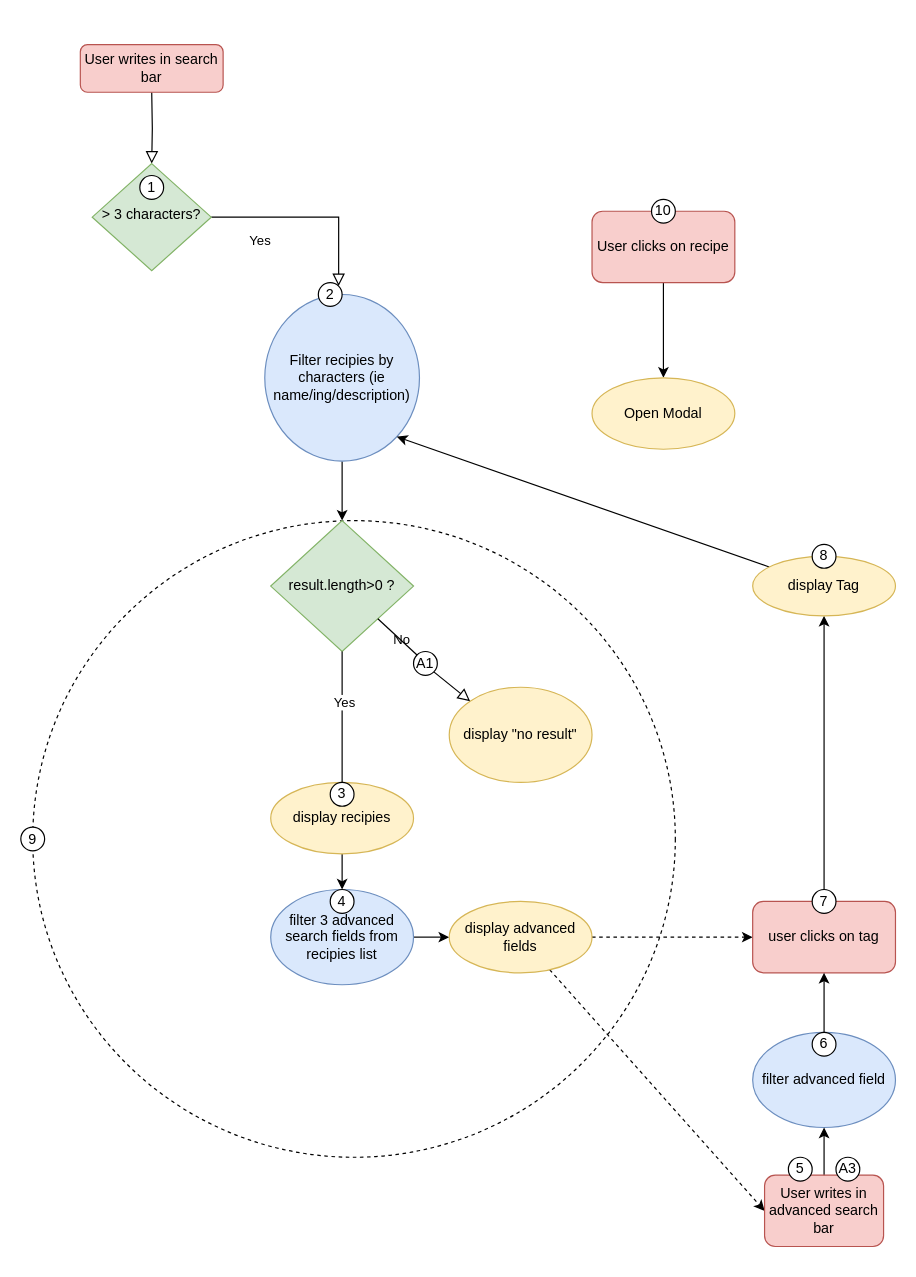
The draw.io diagram docs de cours/algorigramme.drawio in MarionDoubeck/MarionDoubeck_7_08122021, before the edit. Source tidied: cells renumbered, new cells numbered last; positions are measured from the earlier drawing's top-left corner, leaving out a move shared by most shapes. Both pictures are drawn from the tidied source at 119%, with x=0, y=0 at pixel (20, 44).
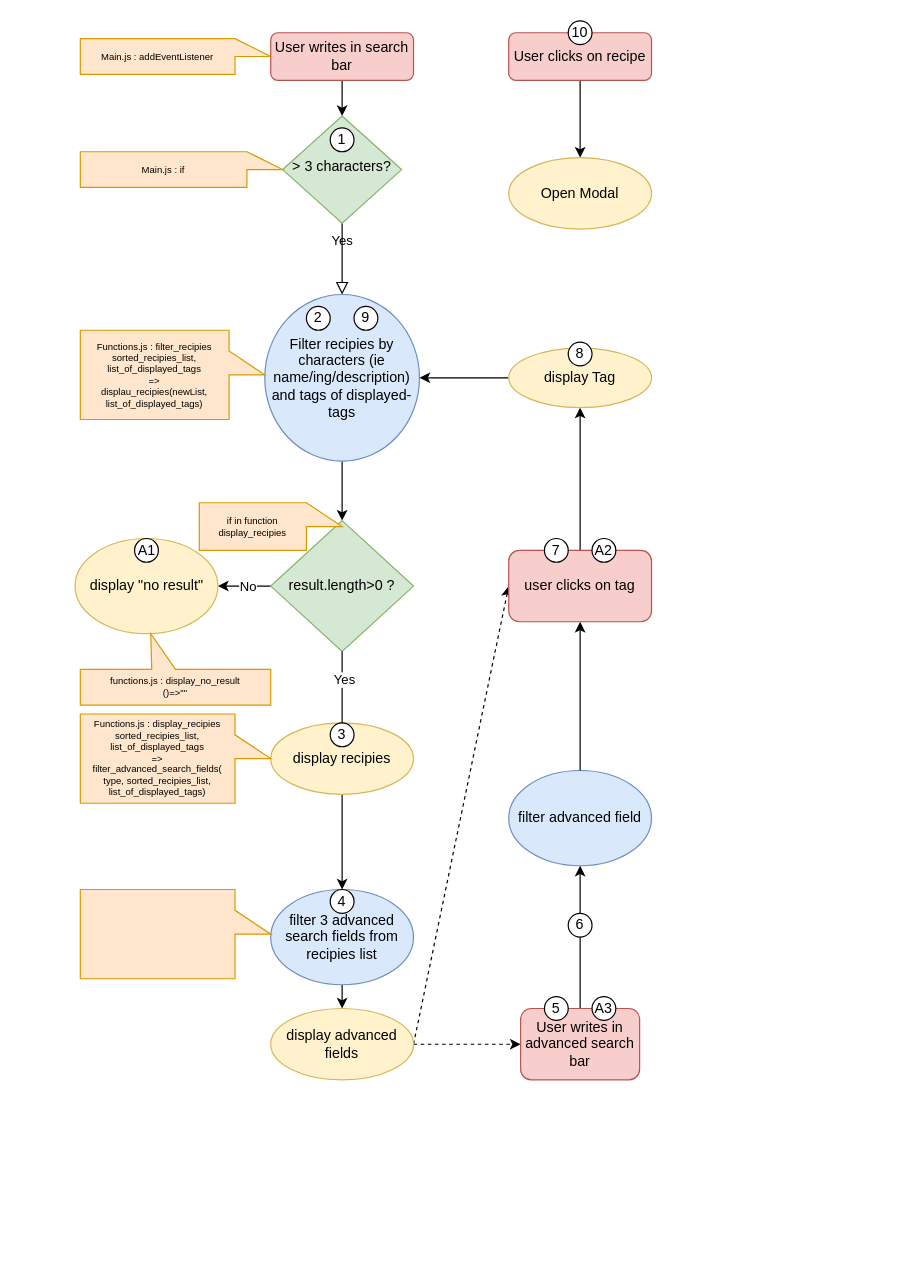
The same diagram, later.

The change refers to these unchanged cells:
```xml
<mxCell id="10" value="result.length&amp;gt;0 ?" style="rhombus;whiteSpace=wrap;html=1;fillColor=#d5e8d4;strokeColor=#82b366;" parent="1" vertex="1">
  <mxGeometry x="210" y="400" width="120" height="110" as="geometry" />
</mxCell>
```

What changed in the source:
```diff
@@
     <mxCell id="2" value="filter advanced field" style="ellipse;whiteSpace=wrap;html=1;fillColor=#dae8fc;strokeColor=#6c8ebf;" parent="1" vertex="1">
-      <mxGeometry x="615" y="830" width="120" height="80" as="geometry" />
+      <mxGeometry x="410" y="610" width="120" height="80" as="geometry" />
     </mxCell>
-    <mxCell id="3" style="ellipse;whiteSpace=wrap;html=1;dashed=1;" parent="1" vertex="1">
-      <mxGeometry x="10" y="400" width="540" height="535" as="geometry" />
-    </mxCell>
-    <mxCell id="4" style="rounded=0;html=1;jettySize=auto;fontSize=11;endArrow=block;endFill=0;endSize=8;strokeWidth=1;shadow=0;labelBackgroundColor=none;edgeStyle=orthogonalEdgeStyle;" parent="1" edge="1" target="7">
-      <mxGeometry relative="1" as="geometry">
-        <mxPoint x="110" y="40" as="sourcePoint" />
-      </mxGeometry>
-    </mxCell>
+    <mxCell id="45" style="edgeStyle=orthogonalEdgeStyle;rounded=0;jettySize=auto;html=1;" parent="1" edge="1" source="5" target="7">
+      <mxGeometry relative="1" as="geometry" />
+    </mxCell>
     <mxCell id="5" value="User writes in search bar" style="rounded=1;whiteSpace=wrap;html=1;fontSize=12;glass=0;strokeWidth=1;shadow=0;fillColor=#f8cecc;strokeColor=#b85450;" parent="1" vertex="1">
-      <mxGeometry x="50" width="120" height="40" as="geometry" />
+      <mxGeometry x="210" y="-10" width="120" height="40" as="geometry" />
     </mxCell>
-    <mxCell id="6" value="Yes" style="rounded=0;html=1;jettySize=auto;fontSize=11;endArrow=block;endFill=0;endSize=8;strokeWidth=1;shadow=0;labelBackgroundColor=none;edgeStyle=orthogonalEdgeStyle;entryX=1;entryY=0;entryDx=0;entryDy=0;" parent="1" edge="1" source="7" target="27">
-      <mxGeometry x="-0.5" y="-20" relative="1" as="geometry" />
+    <mxCell id="6" value="Yes" style="rounded=0;html=1;jettySize=auto;fontSize=11;endArrow=block;endFill=0;endSize=8;strokeWidth=1;shadow=0;labelBackgroundColor=none;edgeStyle=orthogonalEdgeStyle;entryX=0.5;entryY=0;entryDx=0;entryDy=0;entryPerimeter=0;" parent="1" edge="1" source="7" target="9">
+      <mxGeometry x="-0.5" relative="1" as="geometry" />
     </mxCell>
     <mxCell id="7" value="&amp;gt; 3 characters?" style="rhombus;whiteSpace=wrap;html=1;shadow=0;fontFamily=Helvetica;fontSize=12;align=center;strokeWidth=1;spacing=6;spacingTop=-4;fillColor=#d5e8d4;strokeColor=#82b366;" parent="1" vertex="1">
-      <mxGeometry x="60" y="100" width="100" height="90" as="geometry" />
+      <mxGeometry x="220" y="60" width="100" height="90" as="geometry" />
     </mxCell>
@@
-    <mxCell id="9" value="Filter recipies by characters (ie name/ing/description)" style="ellipse;whiteSpace=wrap;html=1;fillColor=#dae8fc;strokeColor=#6c8ebf;" parent="1" vertex="1">
+    <mxCell id="9" value="Filter recipies by characters (ie name/ing/description)&lt;br&gt;and tags of displayed-tags" style="ellipse;whiteSpace=wrap;html=1;fillColor=#dae8fc;strokeColor=#6c8ebf;" parent="1" vertex="1">
       <mxGeometry x="205" y="210" width="130" height="140" as="geometry" />
     </mxCell>
+    <mxCell id="46" style="edgeStyle=orthogonalEdgeStyle;rounded=0;jettySize=auto;html=1;strokeColor=default;" parent="1" edge="1" source="10" target="11">
+      <mxGeometry relative="1" as="geometry" />
+    </mxCell>
+    <mxCell id="14" value="No" style="edgeLabel;html=1;align=center;verticalAlign=middle;" parent="46" vertex="1">
+      <mxGeometry x="-0.11" relative="1" as="geometry" />
+    </mxCell>
@@
     <mxCell id="11" value="display &quot;no result&quot;" style="ellipse;whiteSpace=wrap;html=1;fillColor=#fff2cc;strokeColor=#d6b656;" parent="1" vertex="1">
-      <mxGeometry x="360" y="540" width="120" height="80" as="geometry" />
+      <mxGeometry x="45.6" y="415" width="120" height="80" as="geometry" />
     </mxCell>
@@
     <mxCell id="13" value="display recipies" style="ellipse;whiteSpace=wrap;html=1;fillColor=#fff2cc;strokeColor=#d6b656;" parent="1" vertex="1">
-      <mxGeometry x="210" y="620" width="120" height="60" as="geometry" />
+      <mxGeometry x="210" y="570" width="120" height="60" as="geometry" />
     </mxCell>
-    <mxCell id="14" value="No" style="rounded=0;html=1;jettySize=auto;fontSize=11;endArrow=block;endFill=0;endSize=8;strokeWidth=1;shadow=0;labelBackgroundColor=none;exitX=1;exitY=1;exitDx=0;exitDy=0;entryX=0;entryY=0;entryDx=0;entryDy=0;startArrow=none;" parent="1" edge="1" source="43" target="11">
-      <mxGeometry x="-1" y="38" relative="1" as="geometry">
-        <mxPoint x="-51" y="2" as="offset" />
-      </mxGeometry>
-    </mxCell>
@@
-    <mxCell id="17" style="edgeStyle=none;rounded=0;jettySize=auto;html=1;dashed=1;" parent="1" edge="1" source="19" target="23">
+    <mxCell id="17" style="edgeStyle=none;rounded=0;jettySize=auto;html=1;dashed=1;entryX=0;entryY=0.5;entryDx=0;entryDy=0;exitX=1;exitY=0.5;exitDx=0;exitDy=0;" parent="1" edge="1" source="19" target="23">
       <mxGeometry relative="1" as="geometry" />
     </mxCell>
-    <mxCell id="18" style="rounded=0;jettySize=auto;html=1;entryX=0;entryY=0.5;entryDx=0;entryDy=0;dashed=1;" parent="1" edge="1" source="19" target="21">
-      <mxGeometry relative="1" as="geometry" />
+    <mxCell id="18" style="rounded=0;jettySize=auto;html=1;entryX=0;entryY=0.5;entryDx=0;entryDy=0;dashed=1;" parent="1" edge="1" target="21">
+      <mxGeometry relative="1" as="geometry">
+        <mxPoint x="330" y="840" as="sourcePoint" />
+      </mxGeometry>
     </mxCell>
     <mxCell id="19" value="display advanced fields" style="ellipse;whiteSpace=wrap;html=1;fillColor=#fff2cc;strokeColor=#d6b656;" parent="1" vertex="1">
-      <mxGeometry x="360" y="720" width="120" height="60" as="geometry" />
+      <mxGeometry x="210" y="810" width="120" height="60" as="geometry" />
     </mxCell>
@@
     <mxCell id="21" value="User writes in advanced search bar" style="rounded=1;whiteSpace=wrap;html=1;fillColor=#f8cecc;strokeColor=#b85450;" parent="1" vertex="1">
-      <mxGeometry x="625" y="950" width="100" height="60" as="geometry" />
+      <mxGeometry x="420" y="810" width="100" height="60" as="geometry" />
     </mxCell>
@@
     <mxCell id="23" value="user clicks on tag" style="rounded=1;whiteSpace=wrap;html=1;fillColor=#f8cecc;strokeColor=#b85450;" parent="1" vertex="1">
-      <mxGeometry x="615" y="720" width="120" height="60" as="geometry" />
+      <mxGeometry x="410" y="425" width="120" height="60" as="geometry" />
     </mxCell>
@@
     <mxCell id="25" value="User clicks on recipe" style="rounded=1;whiteSpace=wrap;html=1;fillColor=#f8cecc;strokeColor=#b85450;" parent="1" vertex="1">
-      <mxGeometry x="480" y="140" width="120" height="60" as="geometry" />
+      <mxGeometry x="410" y="-10" width="120" height="40" as="geometry" />
     </mxCell>
     <mxCell id="26" value="Open Modal" style="ellipse;whiteSpace=wrap;html=1;rounded=1;fillColor=#fff2cc;strokeColor=#d6b656;" parent="1" vertex="1">
-      <mxGeometry x="480" y="280" width="120" height="60" as="geometry" />
+      <mxGeometry x="410" y="95" width="120" height="60" as="geometry" />
     </mxCell>
     <mxCell id="27" value="2" style="ellipse;whiteSpace=wrap;html=1;" parent="1" vertex="1">
-      <mxGeometry x="250" y="200" width="20" height="20" as="geometry" />
+      <mxGeometry x="240" y="220" width="20" height="20" as="geometry" />
     </mxCell>
     <mxCell id="28" value="1" style="ellipse;whiteSpace=wrap;html=1;" parent="1" vertex="1">
-      <mxGeometry x="100" y="110" width="20" height="20" as="geometry" />
+      <mxGeometry x="260" y="70" width="20" height="20" as="geometry" />
     </mxCell>
@@
     <mxCell id="30" value="5" style="ellipse;whiteSpace=wrap;html=1;" parent="1" vertex="1">
-      <mxGeometry x="645" y="935" width="20" height="20" as="geometry" />
+      <mxGeometry x="440" y="800" width="20" height="20" as="geometry" />
     </mxCell>
     <mxCell id="31" value="6" style="ellipse;whiteSpace=wrap;html=1;" parent="1" vertex="1">
-      <mxGeometry x="665" y="830" width="20" height="20" as="geometry" />
+      <mxGeometry x="460" y="730" width="20" height="20" as="geometry" />
     </mxCell>
     <mxCell id="32" value="7" style="ellipse;whiteSpace=wrap;html=1;" parent="1" vertex="1">
-      <mxGeometry x="665" y="710" width="20" height="20" as="geometry" />
+      <mxGeometry x="440" y="415" width="20" height="20" as="geometry" />
     </mxCell>
     <mxCell id="33" value="9" style="ellipse;whiteSpace=wrap;html=1;" parent="1" vertex="1">
-      <mxGeometry y="657.5" width="20" height="20" as="geometry" />
+      <mxGeometry x="280" y="220" width="20" height="20" as="geometry" />
     </mxCell>
     <mxCell id="34" value="10" style="ellipse;whiteSpace=wrap;html=1;" parent="1" vertex="1">
-      <mxGeometry x="530" y="130" width="20" height="20" as="geometry" />
+      <mxGeometry x="460" y="-20" width="20" height="20" as="geometry" />
     </mxCell>
     <mxCell id="35" value="A3" style="ellipse;whiteSpace=wrap;html=1;" parent="1" vertex="1">
-      <mxGeometry x="685" y="935" width="20" height="20" as="geometry" />
+      <mxGeometry x="480" y="800" width="20" height="20" as="geometry" />
     </mxCell>
-    <mxCell id="36" style="edgeStyle=none;rounded=0;jettySize=auto;html=1;entryX=1;entryY=1;entryDx=0;entryDy=0;" parent="1" edge="1" source="37" target="9">
+    <mxCell id="36" style="edgeStyle=none;rounded=0;jettySize=auto;html=1;entryX=1;entryY=0.5;entryDx=0;entryDy=0;" parent="1" edge="1" source="37" target="9">
       <mxGeometry relative="1" as="geometry" />
     </mxCell>
     <mxCell id="37" value="display Tag" style="ellipse;whiteSpace=wrap;html=1;rounded=1;fillColor=#fff2cc;strokeColor=#d6b656;" parent="1" vertex="1">
-      <mxGeometry x="615" y="430" width="120" height="50" as="geometry" />
+      <mxGeometry x="410" y="255" width="120" height="50" as="geometry" />
     </mxCell>
     <mxCell id="38" value="8" style="ellipse;whiteSpace=wrap;html=1;" parent="1" vertex="1">
-      <mxGeometry x="665" y="420" width="20" height="20" as="geometry" />
+      <mxGeometry x="460" y="250" width="20" height="20" as="geometry" />
     </mxCell>
@@
     <mxCell id="40" value="3" style="ellipse;whiteSpace=wrap;html=1;" parent="1" vertex="1">
-      <mxGeometry x="260" y="620" width="20" height="20" as="geometry" />
+      <mxGeometry x="260" y="570" width="20" height="20" as="geometry" />
     </mxCell>
@@
     <mxCell id="43" value="A1" style="ellipse;whiteSpace=wrap;html=1;" parent="1" vertex="1">
-      <mxGeometry x="330" y="510" width="20" height="20" as="geometry" />
+      <mxGeometry x="95.6" y="415" width="20" height="20" as="geometry" />
     </mxCell>
-    <mxCell id="44" style="rounded=0;html=1;jettySize=auto;fontSize=11;endArrow=none;endFill=0;endSize=8;strokeWidth=1;shadow=0;labelBackgroundColor=none;exitX=1;exitY=1;exitDx=0;exitDy=0;entryX=0;entryY=0;entryDx=0;entryDy=0;" parent="1" edge="1" source="10" target="43">
-      <mxGeometry x="-0.71" y="-10" relative="1" as="geometry" />
-    </mxCell>
+    <mxCell id="47" value="A2" style="ellipse;whiteSpace=wrap;html=1;" parent="1" vertex="1">
+      <mxGeometry x="480" y="415" width="20" height="20" as="geometry" />
+    </mxCell>
+    <mxCell id="48" value="Main.js : addEventListener" style="shape=callout;whiteSpace=wrap;html=1;perimeter=calloutPerimeter;fontSize=8;fillColor=#ffe6cc;strokeColor=#d79b00;direction=north;" parent="1" vertex="1">
+      <mxGeometry x="50" y="-5" width="160" height="30" as="geometry" />
+    </mxCell>
+    <mxCell id="49" value="Main.js : if" style="shape=callout;whiteSpace=wrap;html=1;perimeter=calloutPerimeter;fontSize=8;fillColor=#ffe6cc;strokeColor=#d79b00;direction=north;" parent="1" vertex="1">
+      <mxGeometry x="50" y="90" width="170" height="30" as="geometry" />
+    </mxCell>
+    <mxCell id="50" value="Functions.js : filter_recipies&lt;br&gt;sorted_recipies_list,&lt;br&gt;list_of_displayed_tags&lt;br&gt;=&amp;gt;&lt;br&gt;displau_recipies(newList,&lt;br&gt;list_of_displayed_tags)" style="shape=callout;whiteSpace=wrap;html=1;perimeter=calloutPerimeter;fontSize=8;fillColor=#ffe6cc;strokeColor=#d79b00;direction=north;" parent="1" vertex="1">
+      <mxGeometry x="50" y="240" width="155" height="75" as="geometry" />
+    </mxCell>
+    <mxCell id="51" value="functions.js : display_no_result&lt;br&gt;()=&amp;gt;&quot;&quot;" style="shape=callout;whiteSpace=wrap;html=1;perimeter=calloutPerimeter;fontSize=8;fillColor=#ffe6cc;strokeColor=#d79b00;direction=west;position2=0.63;" parent="1" vertex="1">
+      <mxGeometry x="50" y="495" width="160" height="60" as="geometry" />
+    </mxCell>
+    <mxCell id="52" value="Functions.js : display_recipies&lt;br&gt;sorted_recipies_list,&lt;br&gt;list_of_displayed_tags&lt;br&gt;=&amp;gt;&lt;br&gt;filter_advanced_search_fields(&lt;br&gt;type, sorted_recipies_list,&lt;br&gt;list_of_displayed_tags)" style="shape=callout;whiteSpace=wrap;html=1;perimeter=calloutPerimeter;fontSize=8;fillColor=#ffe6cc;strokeColor=#d79b00;direction=north;" parent="1" vertex="1">
+      <mxGeometry x="50" y="562.5" width="160" height="75" as="geometry" />
+    </mxCell>
+    <mxCell id="53" value="if in function&lt;br&gt;display_recipies" style="shape=callout;whiteSpace=wrap;html=1;perimeter=calloutPerimeter;fontSize=8;fillColor=#ffe6cc;strokeColor=#d79b00;direction=north;" parent="1" vertex="1">
+      <mxGeometry x="150" y="385" width="120" height="40" as="geometry" />
+    </mxCell>
+    <mxCell id="54" style="shape=callout;whiteSpace=wrap;html=1;perimeter=calloutPerimeter;fontSize=8;fillColor=#ffe6cc;strokeColor=#d79b00;direction=north;" parent="1" vertex="1">
+      <mxGeometry x="50" y="710" width="160" height="75" as="geometry" />
+    </mxCell>
```
